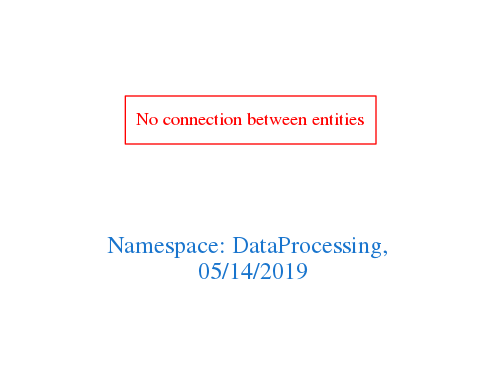
Above: downloads/DataProcessing.png in arago/OGIT (Graphviz), before the change. Its source is kept beside it as downloads/DataProcessing.dot. The source it was exported from:
```dot
digraph OGIT_ontology {
 graph [ rankdir= LR,pad=1
fontsize = 18,
fontcolor= dodgerblue3,label = "\n\n\nNamespace: DataProcessing, \n 05/14/2019"];
node[shape=polygon];
edge [  color="gray81"];

"No connection between entities" [fontcolor = "red",color="red", shape="polygon"]
}
```
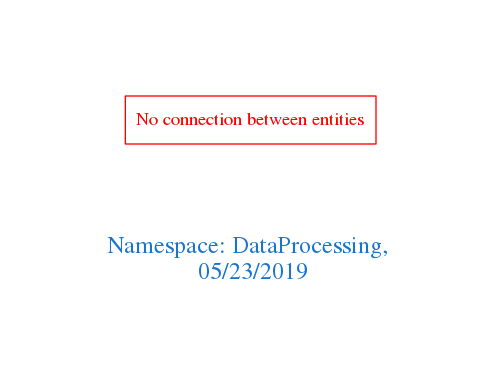
Above is the later version.

Change to the diagram source:
```diff
@@ -1,7 +1,7 @@
 digraph OGIT_ontology {
  graph [ rankdir= LR,pad=1
 fontsize = 18,
-fontcolor= dodgerblue3,label = "\n\n\nNamespace: DataProcessing, \n 05/14/2019"];
+fontcolor= dodgerblue3,label = "\n\n\nNamespace: DataProcessing, \n 05/23/2019"];
 node[shape=polygon];
 edge [  color="gray81"];
 
```
